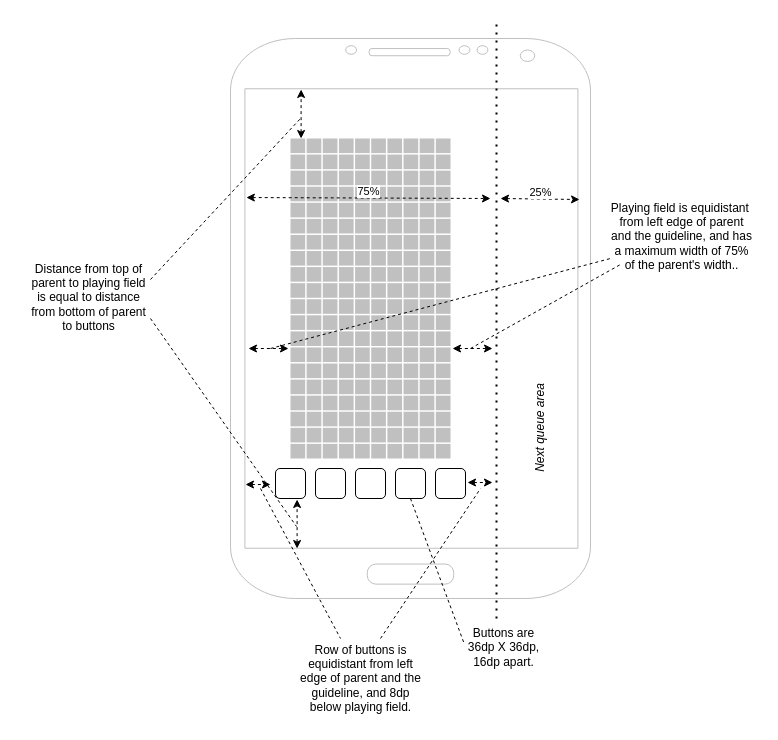
ddc-java-16/android-tetris-nick-bennett keeps this draw.io diagram as work/game-wireframe.drawio. Above is the earlier version. Source tidied: cells renumbered, new cells numbered last; positions are measured from the earlier drawing's top-left corner, leaving out a move shared by most shapes. Both pictures are drawn from the tidied source at 100%, with x=0, y=0 at pixel (18, 18).
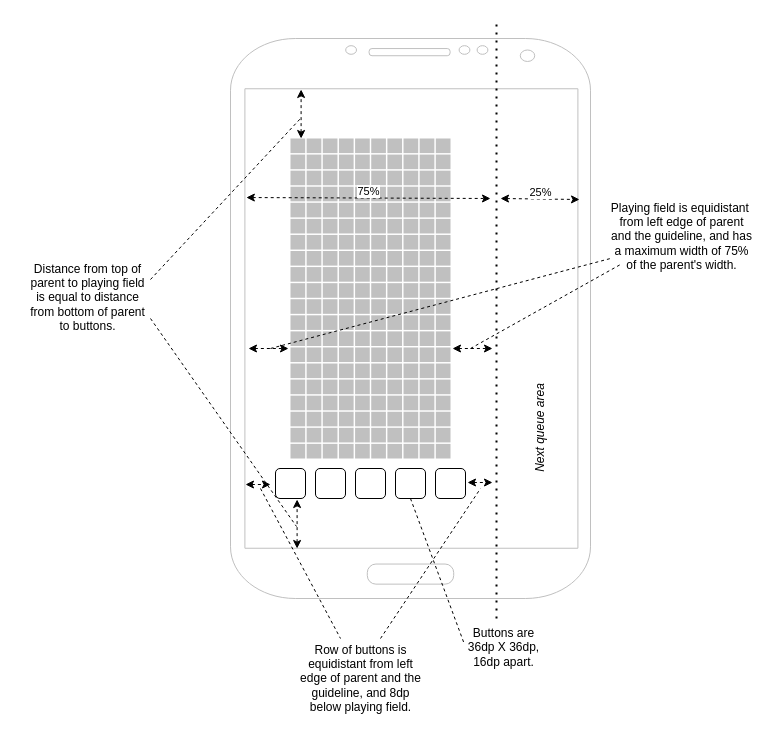
The same page after the edit.

What changed in the source:
```diff
@@
-    <mxCell id="11" value="Playing field is equidistant&amp;nbsp;&lt;br&gt;from left edge of parent&lt;br&gt;and the guideline, and has&lt;br&gt;a maximum width of 75%&lt;br&gt;of the parent's width.." style="text;html=1;align=center;verticalAlign=middle;strokeColor=none;fillColor=none;" parent="1" vertex="1">
+    <mxCell id="11" value="Playing field is equidistant&amp;nbsp;&lt;br&gt;from left edge of parent&lt;br&gt;and the guideline, and has&lt;br&gt;a maximum width of 75%&lt;br&gt;of the parent's width." style="text;html=1;align=center;verticalAlign=middle;strokeColor=none;fillColor=none;" parent="1" vertex="1">
       <mxGeometry x="583" y="173" width="160" height="90" as="geometry" />
     </mxCell>
@@
-    <mxCell id="29" value="Distance from top of&lt;br&gt;parent to playing field&lt;br&gt;is equal to distance&lt;br&gt;from bottom of parent&lt;br&gt;to buttons" style="text;html=1;align=center;verticalAlign=middle;strokeColor=none;fillColor=none;" parent="1" vertex="1">
-      <mxGeometry y="234" width="140" height="90" as="geometry" />
+    <mxCell id="29" value="Distance from top of&lt;br&gt;parent to playing field&lt;br&gt;is equal to distance&lt;br&gt;from bottom of parent&lt;br&gt;to buttons." style="text;html=1;align=center;verticalAlign=middle;strokeColor=none;fillColor=none;" parent="1" vertex="1">
+      <mxGeometry x="-1" y="234" width="140" height="90" as="geometry" />
     </mxCell>
```
